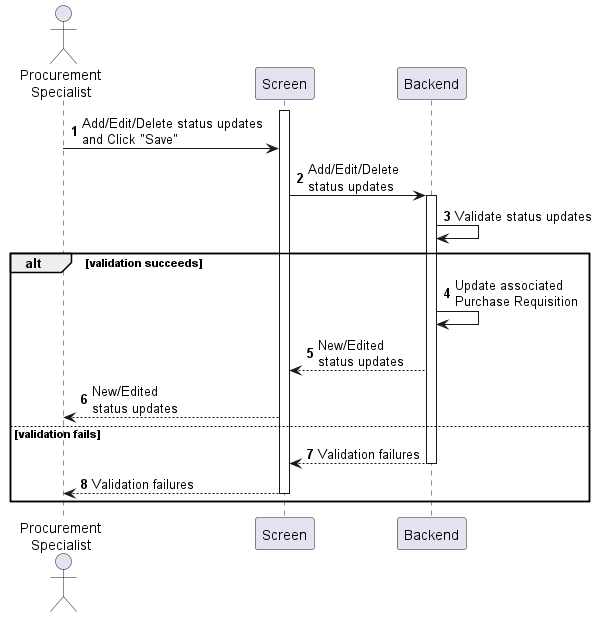
phihungha/scmss-reqs keeps this PlantUML diagram as sequences/purchase-order-update-progress.png. Above is the earlier version. Source of this version:
```plantuml
@startuml purchase-order-update-progress
autonumber

actor "Procurement\nSpecialist" as a
participant Screen as f
participant Backend as b

activate f
a -> f : Add/Edit/Delete status updates\nand Click "Save"
f -> b : Add/Edit/Delete\nstatus updates
activate b
b -> b : Validate status updates

alt validation succeeds
    b -> b : Update associated\nPurchase Requisition
    b --> f : New/Edited\nstatus updates
    f --> a : New/Edited\nstatus updates
else validation fails
    return Validation failures
    f --> a : Validation failures
    deactivate f
end
@enduml
```
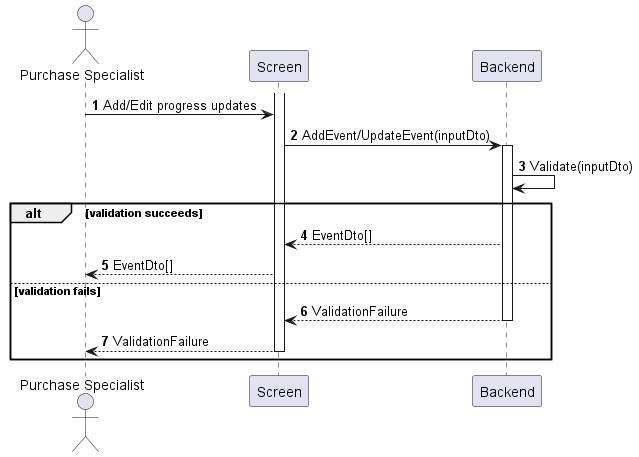
The same file after the commit.

What changed in the source:
```diff
@@ -1,23 +1,22 @@
 @startuml purchase-order-update-progress
 autonumber
 
-actor "Procurement\nSpecialist" as a
+actor "Purchase Specialist" as a
 participant Screen as f
 participant Backend as b
 
 activate f
-a -> f : Add/Edit/Delete status updates\nand Click "Save"
-f -> b : Add/Edit/Delete\nstatus updates
+a -> f : Add/Edit progress updates
+f -> b : AddEvent/UpdateEvent(inputDto)
 activate b
-b -> b : Validate status updates
+b -> b : Validate(inputDto)
 
 alt validation succeeds
-    b -> b : Update associated\nPurchase Requisition
-    b --> f : New/Edited\nstatus updates
-    f --> a : New/Edited\nstatus updates
+    b --> f : EventDto[]
+    f --> a : EventDto[]
 else validation fails
-    return Validation failures
-    f --> a : Validation failures
+    return ValidationFailure
+    f --> a : ValidationFailure
     deactivate f
 end
 @enduml
```
